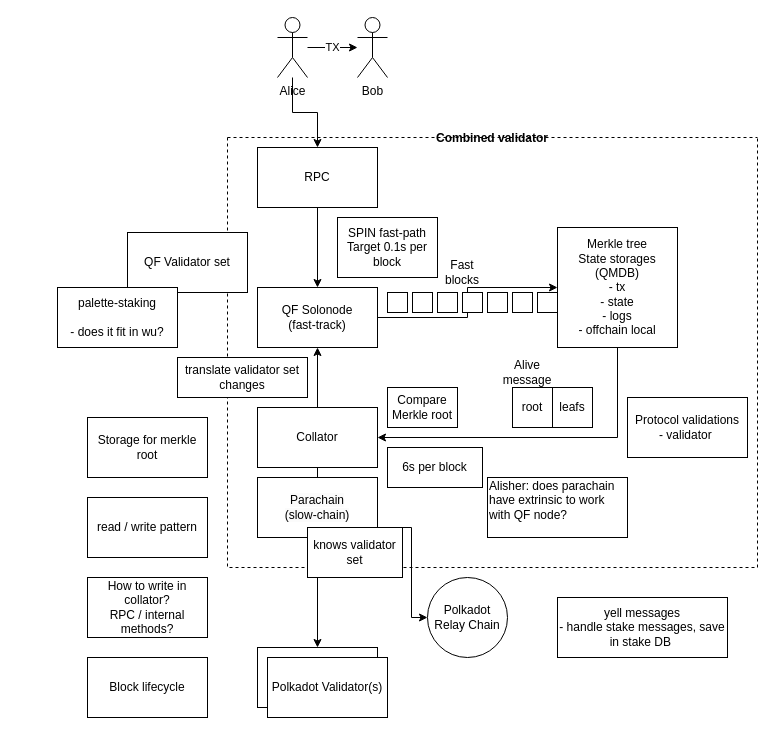
Earlier version of the draw.io diagram page "Combined Validator Architecture" (4 of 6) of docs/SPIN/SPIN_Architecture.drawio (QuantumFusion-network/spec). Source tidied: cells renumbered, new cells numbered last; positions are measured from the earlier drawing's top-left corner, leaving out a move shared by most shapes. Both pictures are drawn from the tidied source at 100%, with x=0, y=0 at pixel (57, 17).
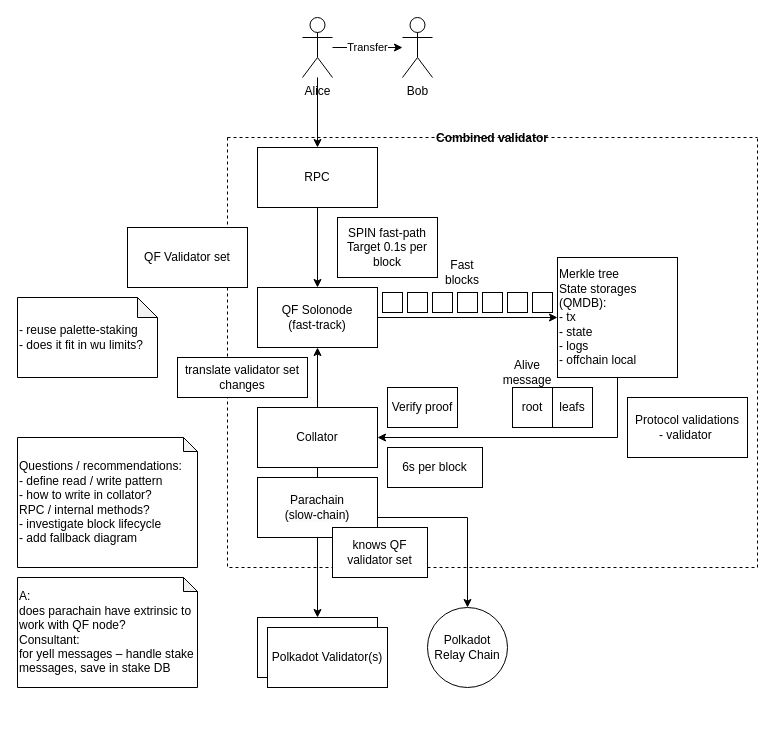
The same diagram, later.

The change refers to these unchanged cells:
```xml
<mxCell id="7" value="Collator" style="rounded=0;whiteSpace=wrap;html=1;" parent="1" vertex="1">
  <mxGeometry x="200" y="390" width="120" height="60" as="geometry" />
</mxCell>
<mxCell id="18" value="Combined validator" style="swimlane;startSize=0;dashed=1;" parent="1" vertex="1">
  <mxGeometry x="170" y="120" width="530" height="430" as="geometry" />
</mxCell>
<mxCell id="31" value="&lt;span style=&quot;color: rgb(0, 0, 0); font-family: Helvetica; font-size: 12px; font-style: normal; font-variant-ligatures: normal; font-variant-caps: normal; font-weight: 400; letter-spacing: normal; orphans: 2; text-align: center; text-indent: 0px; text-transform: none; widows: 2; word-spacing: 0px; -webkit-text-stroke-width: 0px; white-space: normal; background-color: rgb(251, 251, 251); text-decoration-thickness: initial; text-decoration-style: initial; text-decoration-color: initial; display: inline !important; float: none;&quot;&gt;Parachain&lt;/span&gt;&lt;div style=&quot;forced-color-adjust: none; color: rgb(0, 0, 0); font-family: Helvetica; font-size: 12px; font-style: normal; font-variant-ligatures: normal; font-variant-caps: normal; font-weight: 400; letter-spacing: normal; orphans: 2; text-align: center; text-indent: 0px; text-transform: none; widows: 2; word-spacing: 0px; -webkit-text-stroke-width: 0px; white-space: normal; background-color: rgb(251, 251, 251); text-decoration-thickness: initial; text-decoration-style: initial; text-decoration-color: initial;&quot;&gt;(slow-chain)&lt;/div&gt;" style="rounded=0;whiteSpace=wrap;html=1;" parent="18" vertex="1">
  <mxGeometry x="30" y="340" width="120" height="60" as="geometry" />
</mxCell>
```

What changed in the source:
```diff
@@
     <mxCell id="2" value="Polkadot&lt;br&gt;Relay Chain" style="ellipse;whiteSpace=wrap;html=1;" parent="1" vertex="1">
-      <mxGeometry x="370" y="560" width="80" height="80" as="geometry" />
+      <mxGeometry x="370" y="590" width="80" height="80" as="geometry" />
     </mxCell>
@@
-    <mxCell id="5" style="edgeStyle=orthogonalEdgeStyle;rounded=0;jettySize=auto;html=1;" parent="1" edge="1" source="7" target="2">
+    <mxCell id="5" style="edgeStyle=orthogonalEdgeStyle;rounded=0;jettySize=auto;html=1;exitX=1;exitY=0.5;exitDx=0;exitDy=0;" parent="1" edge="1" source="31" target="2">
       <mxGeometry relative="1" as="geometry">
         <Array as="points">
-          <mxPoint x="260" y="510" />
-          <mxPoint x="354" y="510" />
+          <mxPoint x="320" y="500" />
+          <mxPoint x="410" y="500" />
         </Array>
       </mxGeometry>
     </mxCell>
@@
-    <mxCell id="10" value="TX" style="edgeStyle=orthogonalEdgeStyle;rounded=0;jettySize=auto;html=1;" parent="1" edge="1" source="12" target="13">
+    <mxCell id="10" value="Transfer" style="edgeStyle=orthogonalEdgeStyle;rounded=0;jettySize=auto;html=1;" parent="1" edge="1" source="12" target="13">
       <mxGeometry relative="1" as="geometry" />
     </mxCell>
@@
     <mxCell id="12" value="Alice" style="shape=umlActor;verticalLabelPosition=bottom;verticalAlign=top;html=1;outlineConnect=0;" parent="1" vertex="1">
-      <mxGeometry x="220" width="30" height="60" as="geometry" />
+      <mxGeometry x="245" width="30" height="60" as="geometry" />
     </mxCell>
     <mxCell id="13" value="Bob" style="shape=umlActor;verticalLabelPosition=bottom;verticalAlign=top;html=1;outlineConnect=0;" parent="1" vertex="1">
-      <mxGeometry x="300" width="30" height="60" as="geometry" />
+      <mxGeometry x="345" width="30" height="60" as="geometry" />
     </mxCell>
@@
-    <mxCell id="15" value="Merkle tree&lt;div&gt;State storages (QMDB)&lt;br&gt;- tx&lt;br&gt;- state&lt;br&gt;- logs&lt;br&gt;- offchain local&lt;/div&gt;" style="whiteSpace=wrap;html=1;rounded=0;" parent="1" vertex="1">
-      <mxGeometry x="500" y="210" width="120" height="120" as="geometry" />
-    </mxCell>
-    <mxCell id="16" style="rounded=0;whiteSpace=wrap;html=1;" parent="1" vertex="1">
-      <mxGeometry x="330" y="275" width="20" height="20" as="geometry" />
-    </mxCell>
-    <mxCell id="17" style="rounded=0;whiteSpace=wrap;html=1;" parent="1" vertex="1">
-      <mxGeometry x="355" y="275" width="20" height="20" as="geometry" />
-    </mxCell>
@@
-    <mxCell id="19" style="rounded=0;whiteSpace=wrap;html=1;" parent="18" vertex="1">
-      <mxGeometry x="210" y="155" width="20" height="20" as="geometry" />
-    </mxCell>
-    <mxCell id="20" style="rounded=0;whiteSpace=wrap;html=1;" parent="18" vertex="1">
-      <mxGeometry x="235" y="155" width="20" height="20" as="geometry" />
-    </mxCell>
-    <mxCell id="21" style="rounded=0;whiteSpace=wrap;html=1;" parent="18" vertex="1">
-      <mxGeometry x="260" y="155" width="20" height="20" as="geometry" />
-    </mxCell>
-    <mxCell id="22" style="rounded=0;whiteSpace=wrap;html=1;" parent="18" vertex="1">
-      <mxGeometry x="285" y="155" width="20" height="20" as="geometry" />
-    </mxCell>
-    <mxCell id="23" style="rounded=0;whiteSpace=wrap;html=1;" parent="18" vertex="1">
-      <mxGeometry x="310" y="155" width="20" height="20" as="geometry" />
-    </mxCell>
@@
-    <mxCell id="28" value="Compare Merkle root" style="rounded=0;whiteSpace=wrap;html=1;" parent="18" vertex="1">
+    <mxCell id="28" value="Verify proof" style="rounded=0;whiteSpace=wrap;html=1;" parent="18" vertex="1">
       <mxGeometry x="160" y="250" width="70" height="40" as="geometry" />
     </mxCell>
@@
-    <mxCell id="33" value="knows validator set" style="rounded=0;whiteSpace=wrap;html=1;" parent="18" vertex="1">
-      <mxGeometry x="80" y="390" width="95" height="50" as="geometry" />
+    <mxCell id="33" value="knows QF validator set" style="rounded=0;whiteSpace=wrap;html=1;" parent="18" vertex="1">
+      <mxGeometry x="105" y="390" width="95" height="50" as="geometry" />
     </mxCell>
-    <mxCell id="34" value="Alisher: does parachain have extrinsic to work with QF node?&lt;div&gt;&lt;br/&gt;&lt;/div&gt;" style="rounded=0;whiteSpace=wrap;html=1;align=left;" parent="18" vertex="1">
-      <mxGeometry x="260" y="340" width="140" height="60" as="geometry" />
-    </mxCell>
+    <mxCell id="15" value="Merkle tree&lt;div&gt;State storages (QMDB):&lt;br&gt;- tx&lt;br&gt;- state&lt;br&gt;- logs&lt;br&gt;- offchain local&lt;/div&gt;" style="whiteSpace=wrap;html=1;rounded=0;align=left;" parent="18" vertex="1">
+      <mxGeometry x="330" y="120" width="120" height="120" as="geometry" />
+    </mxCell>
+    <mxCell id="16" style="rounded=0;whiteSpace=wrap;html=1;" parent="18" vertex="1">
+      <mxGeometry x="155" y="155" width="20" height="20" as="geometry" />
+    </mxCell>
+    <mxCell id="17" style="rounded=0;whiteSpace=wrap;html=1;" parent="18" vertex="1">
+      <mxGeometry x="180" y="155" width="20" height="20" as="geometry" />
+    </mxCell>
+    <mxCell id="19" style="rounded=0;whiteSpace=wrap;html=1;" parent="18" vertex="1">
+      <mxGeometry x="205" y="155" width="20" height="20" as="geometry" />
+    </mxCell>
+    <mxCell id="20" style="rounded=0;whiteSpace=wrap;html=1;" parent="18" vertex="1">
+      <mxGeometry x="230" y="155" width="20" height="20" as="geometry" />
+    </mxCell>
+    <mxCell id="21" style="rounded=0;whiteSpace=wrap;html=1;" parent="18" vertex="1">
+      <mxGeometry x="255" y="155" width="20" height="20" as="geometry" />
+    </mxCell>
+    <mxCell id="22" style="rounded=0;whiteSpace=wrap;html=1;" parent="18" vertex="1">
+      <mxGeometry x="280" y="155" width="20" height="20" as="geometry" />
+    </mxCell>
+    <mxCell id="23" style="rounded=0;whiteSpace=wrap;html=1;" parent="18" vertex="1">
+      <mxGeometry x="305" y="155" width="20" height="20" as="geometry" />
+    </mxCell>
     <mxCell id="35" style="rounded=0;whiteSpace=wrap;html=1;" parent="1" vertex="1">
-      <mxGeometry x="200" y="630" width="120" height="60" as="geometry" />
+      <mxGeometry x="200" y="600" width="120" height="60" as="geometry" />
     </mxCell>
     <mxCell id="36" value="Polkadot Validator(s)" style="rounded=0;whiteSpace=wrap;html=1;" parent="1" vertex="1">
-      <mxGeometry x="210" y="640" width="120" height="60" as="geometry" />
+      <mxGeometry x="210" y="610" width="120" height="60" as="geometry" />
     </mxCell>
@@
     <mxCell id="38" value="QF Validator set" style="rounded=0;whiteSpace=wrap;html=1;" parent="1" vertex="1">
-      <mxGeometry x="70" y="215" width="120" height="60" as="geometry" />
+      <mxGeometry x="70" y="210" width="120" height="60" as="geometry" />
     </mxCell>
-    <mxCell id="39" value="Storage for merkle root" style="rounded=0;whiteSpace=wrap;html=1;" parent="1" vertex="1">
-      <mxGeometry x="30" y="400" width="120" height="60" as="geometry" />
-    </mxCell>
-    <mxCell id="40" value="read / write pattern" style="rounded=0;whiteSpace=wrap;html=1;" parent="1" vertex="1">
-      <mxGeometry x="30" y="480" width="120" height="60" as="geometry" />
-    </mxCell>
-    <mxCell id="41" value="How to write in collator?&lt;br&gt;RPC / internal methods?" style="rounded=0;whiteSpace=wrap;html=1;" parent="1" vertex="1">
-      <mxGeometry x="30" y="560" width="120" height="60" as="geometry" />
-    </mxCell>
-    <mxCell id="42" value="Block lifecycle" style="rounded=0;whiteSpace=wrap;html=1;" parent="1" vertex="1">
-      <mxGeometry x="30" y="640" width="120" height="60" as="geometry" />
-    </mxCell>
-    <mxCell id="43" value="palette-staking&lt;br&gt;&lt;br&gt;- does it fit in wu?" style="rounded=0;whiteSpace=wrap;html=1;" parent="1" vertex="1">
-      <mxGeometry y="270" width="120" height="60" as="geometry" />
-    </mxCell>
@@
-    <mxCell id="45" value="yell messages&lt;br&gt;- handle stake messages, save in stake DB&amp;nbsp;" style="rounded=0;whiteSpace=wrap;html=1;" parent="1" vertex="1">
-      <mxGeometry x="500" y="580" width="170" height="60" as="geometry" />
-    </mxCell>
+    <mxCell id="46" value="Questions / recommendations:&lt;br&gt;- define&amp;nbsp;&lt;span style=&quot;&quot;&gt;read / write pattern&lt;br&gt;-&amp;nbsp;&lt;/span&gt;&lt;span style=&quot;background-color: transparent;&quot;&gt;how to write in collator?&lt;/span&gt;&lt;div style=&quot;&quot;&gt;RPC / internal methods?&lt;br&gt;-&amp;nbsp;investigate block lifecycle&lt;/div&gt;&lt;div style=&quot;&quot;&gt;- add&amp;nbsp;fallback diagram&lt;/div&gt;" style="shape=note;whiteSpace=wrap;html=1;backgroundOutline=1;darkOpacity=0.05;size=14;align=left;" parent="1" vertex="1">
+      <mxGeometry x="-40" y="420" width="180" height="130" as="geometry" />
+    </mxCell>
+    <mxCell id="47" value="&lt;div&gt;- reuse palette-staking&lt;/div&gt;&lt;div&gt;- does it fit in wu limits?&lt;/div&gt;" style="shape=note;whiteSpace=wrap;html=1;backgroundOutline=1;darkOpacity=0.05;align=left;size=20;" parent="1" vertex="1">
+      <mxGeometry x="-40" y="280" width="140" height="80" as="geometry" />
+    </mxCell>
+    <mxCell id="48" value="A:&amp;nbsp;&lt;div&gt;does parachain have extrinsic to work with QF node?&lt;br&gt;Consultant:&lt;br&gt;for yell messages –&amp;nbsp;handle stake messages, save in stake DB&lt;/div&gt;" style="shape=note;whiteSpace=wrap;html=1;backgroundOutline=1;darkOpacity=0.05;size=14;align=left;" parent="1" vertex="1">
+      <mxGeometry x="-40" y="560" width="180" height="110" as="geometry" />
+    </mxCell>
```
